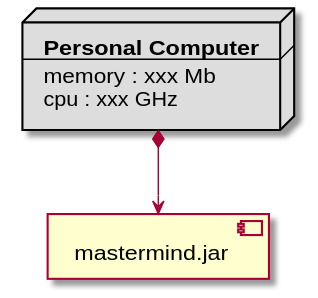
Earlier version of the PlantUML export domainModel/docs/diagrams/out/vistas/despliegue_fisica.svg (SantaTecla-mastermind/solution.java.swing.socket.sql).
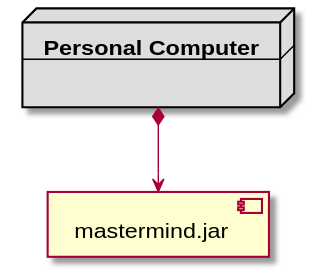
The same file after the commit.

Diff of the diagram source:
```diff
@@ -2,8 +2,7 @@
 node node #DDDDDD [
 <b>Personal Computer</b>
 ----
-memory : xxx Mb
-cpu : xxx GHz
+
 ]
 
 [ mastermind.jar ] as component
```
